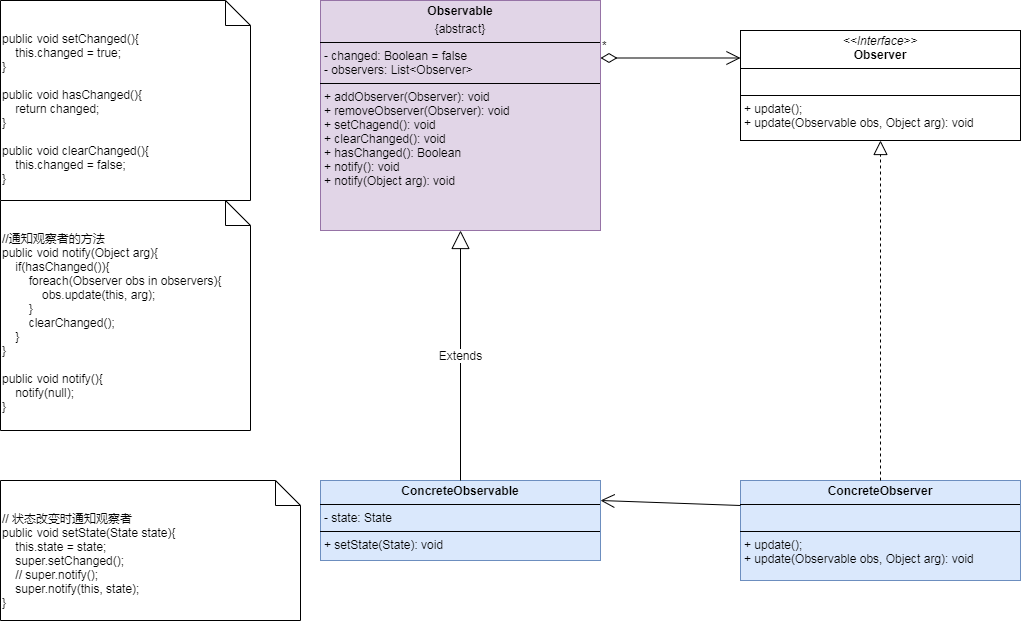
Above: assets/pictures/design-patterns/Pattern-Observer.drawio.png in sustamp/sustamp.github.io (draw.io), before the change. Source tidied: cells renumbered, new cells last; positions are measured from the earlier drawing's top-left corner, leaving out a move shared by most shapes.
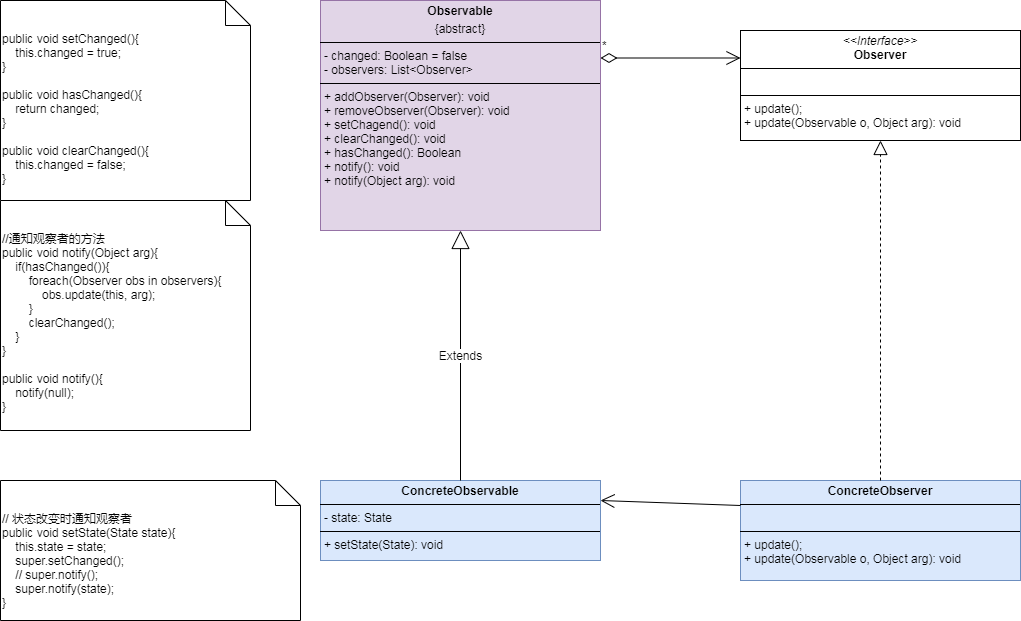
Later version of the same file.

Commit message:
上传设计模式类图-观察者模式

Change to the diagram source:
```diff
@@ -11,16 +11,16 @@
     <mxCell id="4" value="&lt;div&gt;//通知观察者的方法&lt;/div&gt;public void notify(Object arg){&lt;div&gt;&amp;nbsp; &amp;nbsp; if(hasChanged()){&lt;/div&gt;&lt;div&gt;&amp;nbsp; &amp;nbsp; &amp;nbsp; &amp;nbsp; foreach(Observer obs in observers){&lt;/div&gt;&lt;div&gt;&amp;nbsp; &amp;nbsp; &amp;nbsp; &amp;nbsp; &amp;nbsp; &amp;nbsp; obs.update(this, arg);&lt;/div&gt;&lt;div&gt;&amp;nbsp; &amp;nbsp; &amp;nbsp; &amp;nbsp; }&lt;/div&gt;&lt;div&gt;&amp;nbsp; &amp;nbsp; &amp;nbsp; &amp;nbsp; clearChanged();&lt;/div&gt;&lt;div&gt;&amp;nbsp; &amp;nbsp; }&lt;br&gt;&lt;div&gt;&lt;div&gt;}&lt;/div&gt;&lt;/div&gt;&lt;/div&gt;&lt;div&gt;&lt;br&gt;&lt;/div&gt;&lt;div&gt;public void notify(){&lt;/div&gt;&lt;div&gt;&amp;nbsp; &amp;nbsp; notify(null);&lt;/div&gt;&lt;div&gt;}&lt;/div&gt;" style="shape=note2;boundedLbl=1;whiteSpace=wrap;html=1;size=25;verticalAlign=top;align=left;" parent="1" vertex="1">
       <mxGeometry y="200" width="250" height="230" as="geometry" />
     </mxCell>
-    <mxCell id="5" value="&lt;div&gt;// 状态改变时通知观察者&lt;/div&gt;public void setState(State state){&lt;div&gt;&amp;nbsp; &amp;nbsp; this.state = state;&lt;/div&gt;&lt;div&gt;&amp;nbsp; &amp;nbsp; super.setChanged();&lt;/div&gt;&lt;div&gt;&amp;nbsp; &amp;nbsp; // super.notify();&lt;/div&gt;&lt;div&gt;&amp;nbsp; &amp;nbsp; super.notify(this, state);&lt;br&gt;&lt;div&gt;&lt;div&gt;&lt;div&gt;}&lt;/div&gt;&lt;/div&gt;&lt;/div&gt;&lt;/div&gt;" style="shape=note2;boundedLbl=1;whiteSpace=wrap;html=1;size=25;verticalAlign=top;align=left;" parent="1" vertex="1">
+    <mxCell id="5" value="&lt;div&gt;// 状态改变时通知观察者&lt;/div&gt;public void setState(State state){&lt;div&gt;&amp;nbsp; &amp;nbsp; this.state = state;&lt;/div&gt;&lt;div&gt;&amp;nbsp; &amp;nbsp; super.setChanged();&lt;/div&gt;&lt;div&gt;&amp;nbsp; &amp;nbsp; // super.notify();&lt;/div&gt;&lt;div&gt;&amp;nbsp; &amp;nbsp; super.notify(state);&lt;br&gt;&lt;div&gt;&lt;div&gt;&lt;div&gt;}&lt;/div&gt;&lt;/div&gt;&lt;/div&gt;&lt;/div&gt;" style="shape=note2;boundedLbl=1;whiteSpace=wrap;html=1;size=25;verticalAlign=top;align=left;" parent="1" vertex="1">
       <mxGeometry y="480" width="300" height="140" as="geometry" />
     </mxCell>
     <mxCell id="6" value="public void setChanged(){&lt;div&gt;&amp;nbsp; &amp;nbsp; this.changed = true;&lt;br&gt;&lt;div&gt;&lt;div&gt;&lt;div&gt;}&lt;/div&gt;&lt;/div&gt;&lt;/div&gt;&lt;/div&gt;&lt;div&gt;&lt;br&gt;&lt;/div&gt;&lt;div&gt;public void hasChanged(){&lt;/div&gt;&lt;div&gt;&amp;nbsp; &amp;nbsp; return changed;&lt;/div&gt;&lt;div&gt;}&lt;/div&gt;&lt;div&gt;&lt;br&gt;&lt;/div&gt;&lt;div&gt;public void clearChanged(){&lt;/div&gt;&lt;div&gt;&amp;nbsp; &amp;nbsp; this.changed = false;&lt;/div&gt;&lt;div&gt;}&lt;/div&gt;" style="shape=note2;boundedLbl=1;whiteSpace=wrap;html=1;size=25;verticalAlign=top;align=left;" parent="1" vertex="1">
       <mxGeometry width="250" height="200" as="geometry" />
     </mxCell>
-    <mxCell id="7" value="&lt;p style=&quot;margin:0px;margin-top:4px;text-align:center;&quot;&gt;&lt;i&gt;&amp;lt;&amp;lt;Interface&amp;gt;&amp;gt;&lt;/i&gt;&lt;br&gt;&lt;b&gt;Observer&lt;/b&gt;&lt;br&gt;&lt;/p&gt;&lt;hr size=&quot;1&quot; style=&quot;border-style:solid;&quot;&gt;&lt;p style=&quot;margin:0px;margin-left:4px;&quot;&gt;&lt;br&gt;&lt;/p&gt;&lt;hr size=&quot;1&quot; style=&quot;border-style:solid;&quot;&gt;&lt;p style=&quot;margin:0px;margin-left:4px;&quot;&gt;+ update();&lt;/p&gt;&lt;p style=&quot;margin:0px;margin-left:4px;&quot;&gt;+ update(Observable obs, Object arg): void&lt;/p&gt;" style="verticalAlign=top;align=left;overflow=fill;html=1;whiteSpace=wrap;" parent="1" vertex="1">
+    <mxCell id="7" value="&lt;p style=&quot;margin:0px;margin-top:4px;text-align:center;&quot;&gt;&lt;i&gt;&amp;lt;&amp;lt;Interface&amp;gt;&amp;gt;&lt;/i&gt;&lt;br&gt;&lt;b&gt;Observer&lt;/b&gt;&lt;br&gt;&lt;/p&gt;&lt;hr size=&quot;1&quot; style=&quot;border-style:solid;&quot;&gt;&lt;p style=&quot;margin:0px;margin-left:4px;&quot;&gt;&lt;br&gt;&lt;/p&gt;&lt;hr size=&quot;1&quot; style=&quot;border-style:solid;&quot;&gt;&lt;p style=&quot;margin:0px;margin-left:4px;&quot;&gt;+ update();&lt;/p&gt;&lt;p style=&quot;margin:0px;margin-left:4px;&quot;&gt;+ update(Observable o, Object arg): void&lt;/p&gt;" style="verticalAlign=top;align=left;overflow=fill;html=1;whiteSpace=wrap;" parent="1" vertex="1">
       <mxGeometry x="740" y="30" width="280" height="110" as="geometry" />
     </mxCell>
-    <mxCell id="8" value="&lt;p style=&quot;margin:0px;margin-top:4px;text-align:center;&quot;&gt;&lt;b&gt;ConcreteObserver&lt;/b&gt;&lt;/p&gt;&lt;hr size=&quot;1&quot; style=&quot;border-style:solid;&quot;&gt;&lt;p style=&quot;margin:0px;margin-left:4px;&quot;&gt;&lt;br&gt;&lt;/p&gt;&lt;hr size=&quot;1&quot; style=&quot;border-style:solid;&quot;&gt;&lt;p style=&quot;margin: 0px 0px 0px 4px;&quot;&gt;+ update();&lt;/p&gt;&lt;p style=&quot;margin: 0px 0px 0px 4px;&quot;&gt;+ update(Observable obs, Object arg): void&lt;/p&gt;" style="verticalAlign=top;align=left;overflow=fill;html=1;whiteSpace=wrap;fillColor=#dae8fc;strokeColor=#6c8ebf;" parent="1" vertex="1">
+    <mxCell id="8" value="&lt;p style=&quot;margin:0px;margin-top:4px;text-align:center;&quot;&gt;&lt;b&gt;ConcreteObserver&lt;/b&gt;&lt;/p&gt;&lt;hr size=&quot;1&quot; style=&quot;border-style:solid;&quot;&gt;&lt;p style=&quot;margin:0px;margin-left:4px;&quot;&gt;&lt;br&gt;&lt;/p&gt;&lt;hr size=&quot;1&quot; style=&quot;border-style:solid;&quot;&gt;&lt;p style=&quot;margin: 0px 0px 0px 4px;&quot;&gt;+ update();&lt;/p&gt;&lt;p style=&quot;margin: 0px 0px 0px 4px;&quot;&gt;+ update(Observable o, Object arg): void&lt;/p&gt;" style="verticalAlign=top;align=left;overflow=fill;html=1;whiteSpace=wrap;fillColor=#dae8fc;strokeColor=#6c8ebf;" parent="1" vertex="1">
       <mxGeometry x="740" y="480" width="280" height="100" as="geometry" />
     </mxCell>
     <mxCell id="9" value="Extends" style="endArrow=block;endSize=16;endFill=0;html=1;rounded=0;entryX=0.5;entryY=1;entryDx=0;entryDy=0;exitX=0.5;exitY=0;exitDx=0;exitDy=0;" parent="1" edge="1" source="3" target="2">
```
